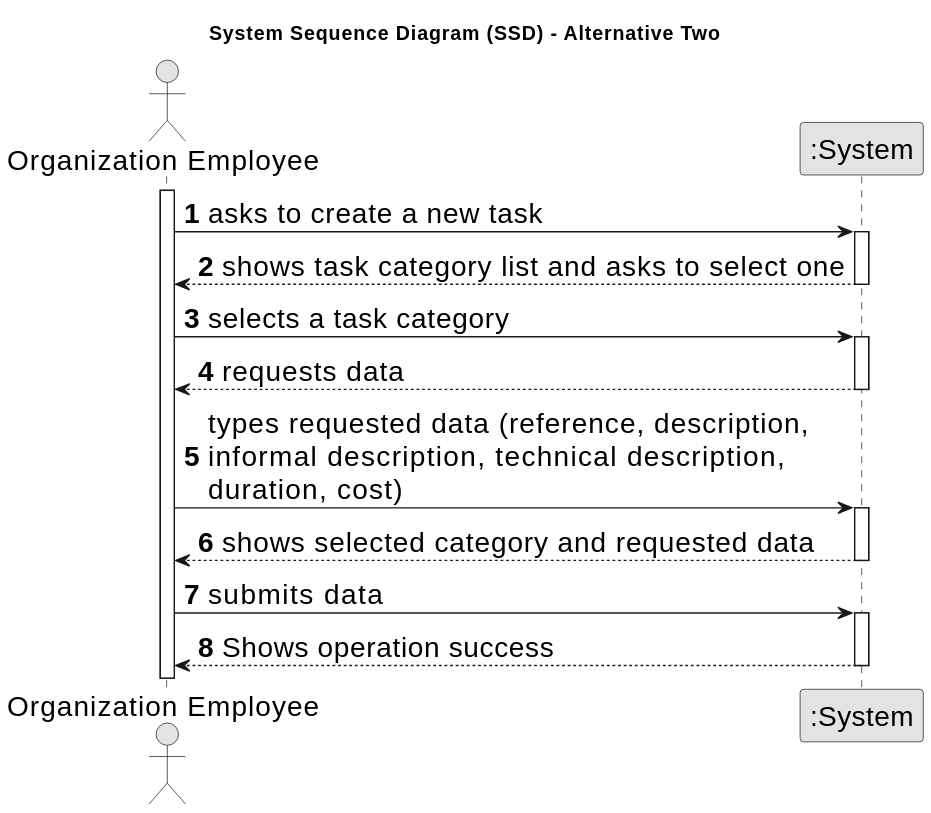
TiagoMagalhaes1232507/Testando-projeto keeps this PlantUML diagram as docs/sprint01/us002/01.requirements-engineering/svg/us002-system-sequence-diagram-alternative-two.svg. Above is the earlier version. The source it was exported from:
```plantuml
@startuml
skinparamlocked defaultFontSize 20
skinparam monochrome true
skinparam packageStyle rectangle
skinparam shadowing false

title System Sequence Diagram (SSD) - Alternative Two

autonumber

actor "Organization Employee" as Employee
participant ":System" as System

activate Employee

    Employee -> System : asks to create a new task
    activate System

        System --> Employee : shows task category list and asks to select one
    deactivate System

    Employee -> System : selects a task category
    activate System

        System --> Employee : requests data
    deactivate System

    Employee -> System : types requested data (reference, description, \ninformal description, technical description,\nduration, cost)
    activate System

        System --> Employee : shows selected category and requested data
    deactivate System

    Employee -> System : submits data
    activate System

        System --> Employee : Shows operation success
    deactivate System
@enduml
```
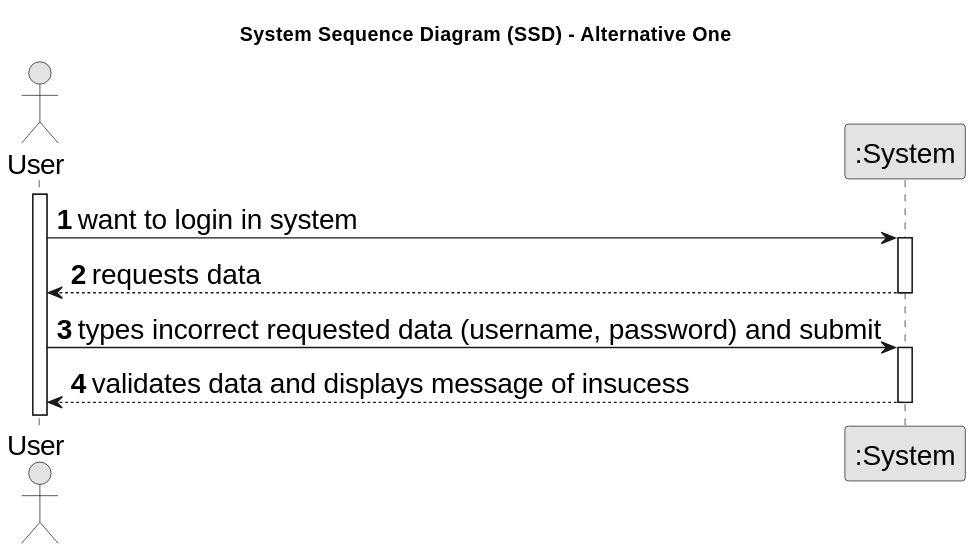
The same diagram one commit later.

The edit, as a diff of the source:
```diff
@@ -4,36 +4,24 @@
 skinparam packageStyle rectangle
 skinparam shadowing false
 
-title System Sequence Diagram (SSD) - Alternative Two
+title System Sequence Diagram (SSD) - Alternative One
 
 autonumber
 
-actor "Organization Employee" as Employee
+actor "User" as User
 participant ":System" as System
 
-activate Employee
+activate User
 
-    Employee -> System : asks to create a new task
+    User -> System : want to login in system
     activate System
 
-        System --> Employee : shows task category list and asks to select one
+        System --> User : requests data
     deactivate System
 
-    Employee -> System : selects a task category
+    User -> System : types incorrect requested data (username, password) and submit
     activate System
 
-        System --> Employee : requests data
-    deactivate System
-
-    Employee -> System : types requested data (reference, description, \ninformal description, technical description,\nduration, cost)
-    activate System
-
-        System --> Employee : shows selected category and requested data
-    deactivate System
-
-    Employee -> System : submits data
-    activate System
-
-        System --> Employee : Shows operation success
+        System --> User :validates data and displays message of insucess
     deactivate System
 @enduml
```
